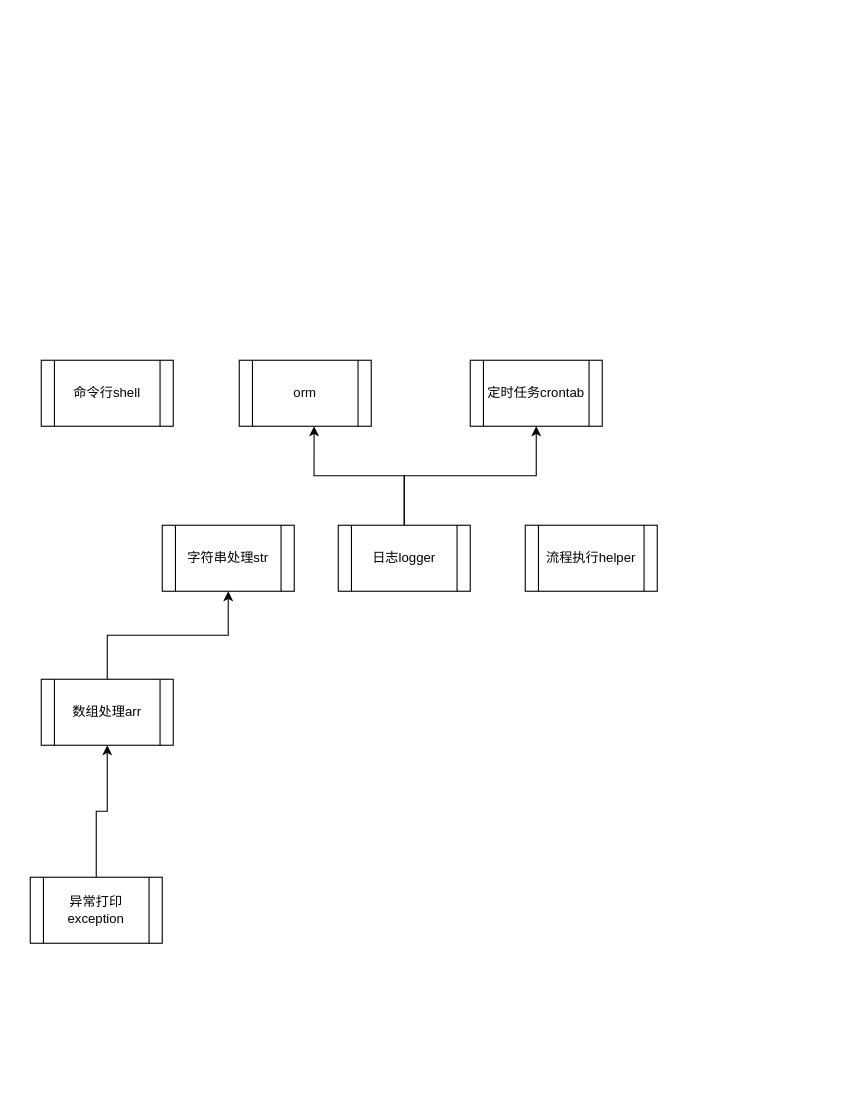
This is 架构代码责任划分.drawio from xltxlm/filesystem, a draw.io file, before an edit. Source tidied: cells renumbered, new cells numbered last; positions are measured from the earlier drawing's top-left corner, leaving out a move shared by most shapes. Both pictures are drawn from the tidied source at 110%, with x=0, y=0 at pixel (30, 360).
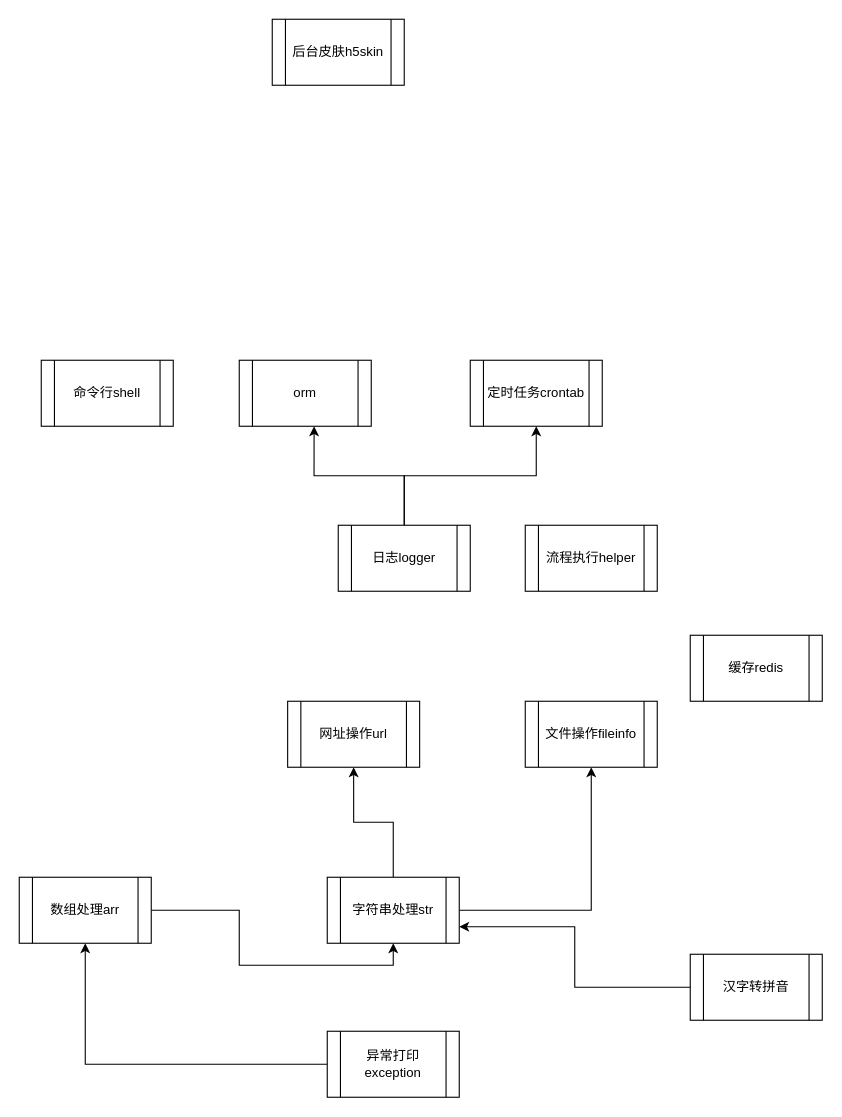
After the change.

Commit message (it also covers changes not shown here):
更新架构代码责任划分.drawio

What changed in the source:
```diff
@@
+    <mxCell id="14" style="edgeStyle=orthogonalEdgeStyle;rounded=0;jettySize=auto;html=1;entryX=0.5;entryY=1;entryDx=0;entryDy=0;" parent="1" edge="1" source="2" target="16">
+      <mxGeometry relative="1" as="geometry" />
+    </mxCell>
+    <mxCell id="15" style="edgeStyle=orthogonalEdgeStyle;rounded=0;jettySize=auto;html=1;entryX=0.5;entryY=1;entryDx=0;entryDy=0;" parent="1" edge="1" source="2" target="17">
+      <mxGeometry relative="1" as="geometry" />
+    </mxCell>
     <mxCell id="2" value="字符串处理str" style="shape=process;whiteSpace=wrap;html=1;backgroundOutline=1;" parent="1" vertex="1">
-      <mxGeometry x="120" y="150" width="120" height="60" as="geometry" />
+      <mxGeometry x="270" y="470" width="120" height="60" as="geometry" />
     </mxCell>
@@
     <mxCell id="4" value="数组处理arr" style="shape=process;whiteSpace=wrap;html=1;backgroundOutline=1;" parent="1" vertex="1">
-      <mxGeometry x="10" y="290" width="120" height="60" as="geometry" />
+      <mxGeometry x="-10" y="470" width="120" height="60" as="geometry" />
     </mxCell>
@@
     <mxCell id="13" value="异常打印exception" style="shape=process;whiteSpace=wrap;html=1;backgroundOutline=1;" parent="1" vertex="1">
-      <mxGeometry y="470" width="120" height="60" as="geometry" />
+      <mxGeometry x="270" y="610" width="120" height="60" as="geometry" />
     </mxCell>
+    <mxCell id="16" value="网址操作url" style="shape=process;whiteSpace=wrap;html=1;backgroundOutline=1;" parent="1" vertex="1">
+      <mxGeometry x="234" y="310" width="120" height="60" as="geometry" />
+    </mxCell>
+    <mxCell id="17" value="文件操作fileinfo" style="shape=process;whiteSpace=wrap;html=1;backgroundOutline=1;" parent="1" vertex="1">
+      <mxGeometry x="450" y="310" width="120" height="60" as="geometry" />
+    </mxCell>
+    <mxCell id="18" style="edgeStyle=orthogonalEdgeStyle;rounded=0;jettySize=auto;html=1;entryX=1;entryY=0.75;entryDx=0;entryDy=0;" parent="1" edge="1" source="19" target="2">
+      <mxGeometry relative="1" as="geometry" />
+    </mxCell>
+    <mxCell id="19" value="汉字转拼音" style="shape=process;whiteSpace=wrap;html=1;backgroundOutline=1;" parent="1" vertex="1">
+      <mxGeometry x="600" y="540" width="120" height="60" as="geometry" />
+    </mxCell>
+    <mxCell id="20" value="缓存redis" style="shape=process;whiteSpace=wrap;html=1;backgroundOutline=1;" parent="1" vertex="1">
+      <mxGeometry x="600" y="250" width="120" height="60" as="geometry" />
+    </mxCell>
+    <mxCell id="21" value="后台皮肤h5skin" style="shape=process;whiteSpace=wrap;html=1;backgroundOutline=1;" parent="1" vertex="1">
+      <mxGeometry x="220" y="-310" width="120" height="60" as="geometry" />
+    </mxCell>
```
